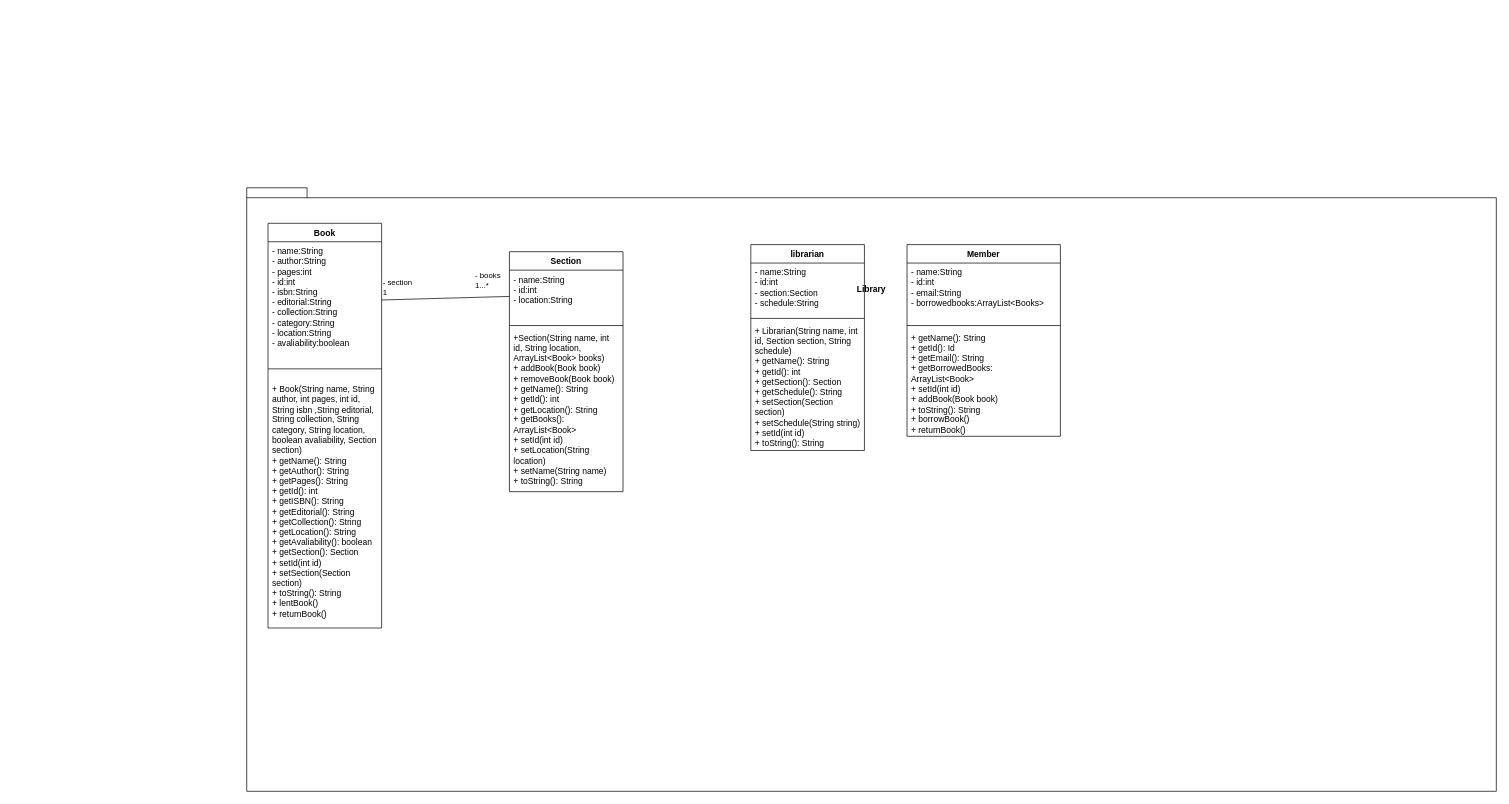
Before: Week5/Library.drawio in Julian-Florez/OOP-Project, a draw.io diagram. Source tidied: cells renumbered, new cells numbered last; positions are measured from the earlier drawing's top-left corner, leaving out a move shared by most shapes. Both pictures are drawn from the tidied source at 71%, with x=0, y=0 at pixel (246, 187).
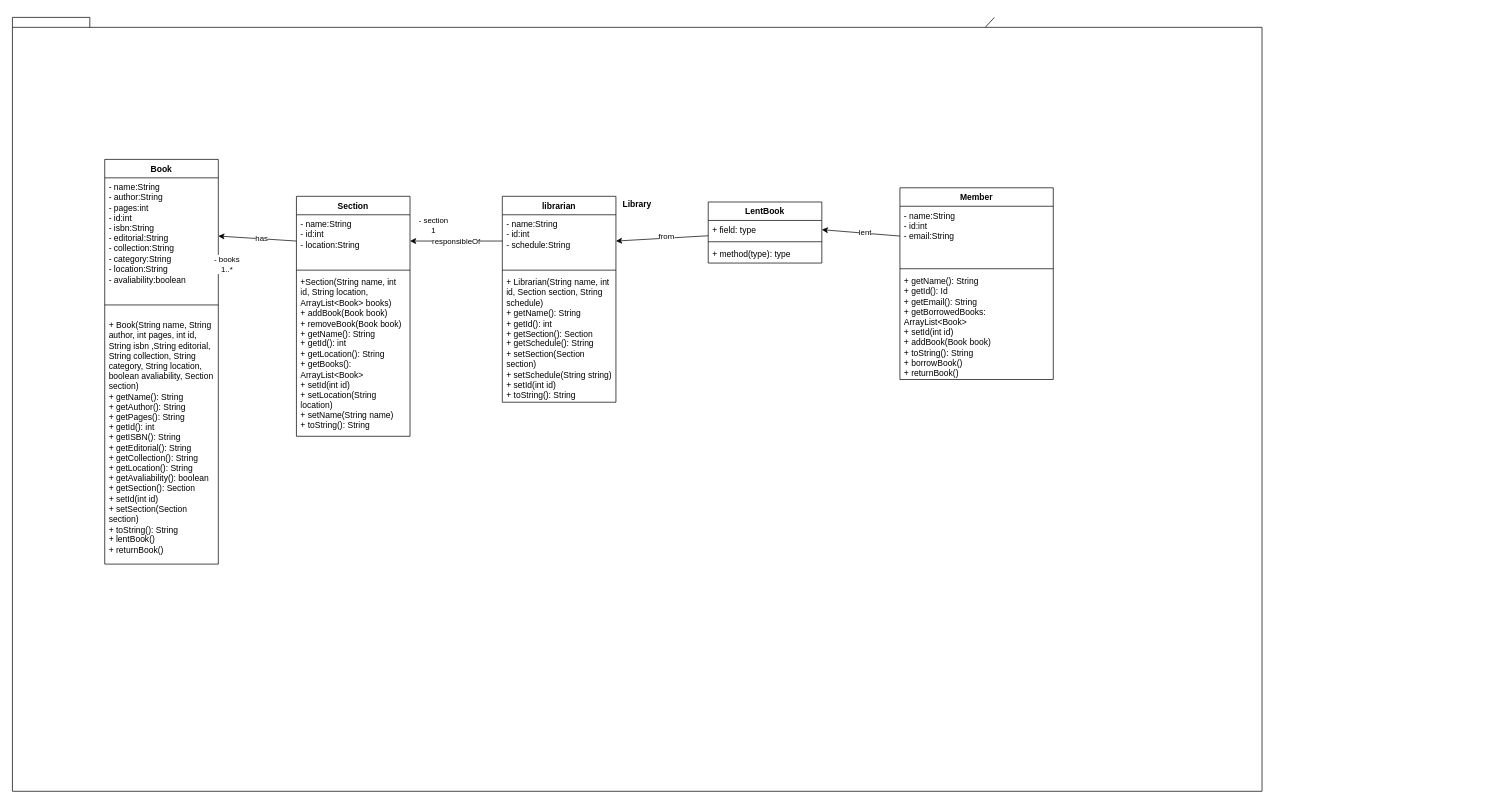
The same page after the edit.

The change refers to these unchanged cells:
```xml
<mxCell id="4" value="&lt;div&gt;- name:String&lt;/div&gt;&lt;div&gt;- author:String&lt;/div&gt;&lt;div&gt;- pages:int&lt;/div&gt;&lt;div&gt;- id:int&lt;/div&gt;&lt;div&gt;- isbn:String&lt;/div&gt;&lt;div&gt;- editorial:String&lt;/div&gt;&lt;div&gt;- collection:String&lt;/div&gt;&lt;div&gt;- category:String&lt;/div&gt;&lt;div&gt;- location:String&lt;/div&gt;&lt;div&gt;- avaliability:boolean&lt;/div&gt;" style="text;strokeColor=none;fillColor=none;align=left;verticalAlign=top;spacingLeft=4;spacingRight=4;overflow=hidden;points=[[0,0.5],[1,0.5]];portConstraint=eastwest;whiteSpace=wrap;html=1;" parent="3" vertex="1">
  <mxGeometry y="26" width="160" height="164" as="geometry" />
</mxCell>
<mxCell id="16" value="&lt;div&gt;- name:String&lt;/div&gt;&lt;div&gt;- id:int&lt;/div&gt;&lt;div&gt;- location:String&lt;/div&gt;&lt;div&gt;&lt;br&gt;&lt;/div&gt;" style="text;strokeColor=none;fillColor=none;align=left;verticalAlign=top;spacingLeft=4;spacingRight=4;overflow=hidden;points=[[0,0.5],[1,0.5]];portConstraint=eastwest;whiteSpace=wrap;html=1;" parent="15" vertex="1">
  <mxGeometry y="26" width="160" height="74" as="geometry" />
</mxCell>
```

Diff of the diagram source:
```diff
@@
+    <mxCell id="22" style="edgeStyle=none;html=1;" parent="1" edge="1" source="2">
+      <mxGeometry relative="1" as="geometry">
+        <mxPoint x="850" y="-20" as="targetPoint" />
+      </mxGeometry>
+    </mxCell>
     <mxCell id="2" value="&lt;div&gt;&lt;br&gt;&lt;/div&gt;&lt;div&gt;&lt;br&gt;&lt;/div&gt;&lt;div&gt;&lt;br&gt;&lt;/div&gt;Library&lt;div&gt;&lt;br&gt;&lt;/div&gt;&lt;div&gt;&lt;br&gt;&lt;/div&gt;&lt;div&gt;&lt;br&gt;&lt;/div&gt;&lt;div&gt;&lt;br&gt;&lt;/div&gt;&lt;div&gt;&lt;br&gt;&lt;/div&gt;&lt;div&gt;&lt;br&gt;&lt;/div&gt;&lt;div&gt;&lt;br&gt;&lt;/div&gt;&lt;div&gt;&lt;br&gt;&lt;/div&gt;&lt;div&gt;&lt;br&gt;&lt;/div&gt;&lt;div&gt;&lt;br&gt;&lt;/div&gt;&lt;div&gt;&lt;br&gt;&lt;/div&gt;&lt;div&gt;&lt;br&gt;&lt;/div&gt;&lt;div&gt;&lt;br&gt;&lt;/div&gt;&lt;div&gt;&lt;br&gt;&lt;/div&gt;&lt;div&gt;&lt;br&gt;&lt;/div&gt;&lt;div&gt;&lt;br&gt;&lt;/div&gt;&lt;div&gt;&lt;br&gt;&lt;/div&gt;&lt;div&gt;&lt;br&gt;&lt;/div&gt;&lt;div&gt;&lt;br&gt;&lt;/div&gt;&lt;div&gt;&lt;br&gt;&lt;/div&gt;&lt;div&gt;&lt;br&gt;&lt;/div&gt;&lt;div&gt;&lt;br&gt;&lt;/div&gt;&lt;div&gt;&lt;br&gt;&lt;/div&gt;&lt;div&gt;&lt;br&gt;&lt;/div&gt;&lt;div&gt;&lt;br&gt;&lt;/div&gt;&lt;div&gt;&lt;br&gt;&lt;/div&gt;&lt;div&gt;&lt;br&gt;&lt;/div&gt;&lt;div&gt;&lt;br&gt;&lt;/div&gt;&lt;div&gt;&lt;br&gt;&lt;/div&gt;&lt;div&gt;&lt;br&gt;&lt;/div&gt;&lt;div&gt;&lt;br&gt;&lt;/div&gt;&lt;div&gt;&lt;br&gt;&lt;/div&gt;&lt;div&gt;&lt;br&gt;&lt;/div&gt;&lt;div&gt;&lt;br&gt;&lt;/div&gt;&lt;div&gt;&lt;br&gt;&lt;/div&gt;&lt;div&gt;&lt;br&gt;&lt;/div&gt;&lt;div&gt;&lt;br&gt;&lt;/div&gt;&lt;div&gt;&lt;br&gt;&lt;/div&gt;&lt;div&gt;&lt;br&gt;&lt;/div&gt;&lt;div&gt;&lt;br&gt;&lt;/div&gt;&lt;div&gt;&lt;br&gt;&lt;/div&gt;&lt;div&gt;&lt;br&gt;&lt;/div&gt;&lt;div&gt;&lt;br&gt;&lt;/div&gt;" style="shape=folder;fontStyle=1;spacingTop=10;tabWidth=40;tabHeight=14;tabPosition=left;html=1;whiteSpace=wrap;" parent="1" vertex="1">
-      <mxGeometry width="1760" height="850" as="geometry" />
+      <mxGeometry x="-330" y="-240" width="1760" height="1090" as="geometry" />
     </mxCell>
     <mxCell id="3" value="Book" style="swimlane;fontStyle=1;align=center;verticalAlign=top;horizontal=1;startSize=26;whiteSpace=wrap;html=1;" parent="1" vertex="1">
-      <mxGeometry x="30" y="50" width="160" height="570" as="geometry" />
+      <mxGeometry x="-200" y="-40" width="160" height="570" as="geometry" />
     </mxCell>
@@
     <mxCell id="7" value="Member" style="swimlane;fontStyle=1;align=center;verticalAlign=top;horizontal=1;startSize=26;whiteSpace=wrap;html=1;" parent="1" vertex="1">
-      <mxGeometry x="930" y="80" width="216" height="270" as="geometry" />
+      <mxGeometry x="920" width="216" height="270" as="geometry" />
     </mxCell>
-    <mxCell id="8" value="&lt;div&gt;- name:String&lt;/div&gt;&lt;div&gt;- id:int&lt;/div&gt;&lt;div&gt;- email:String&lt;/div&gt;&lt;div&gt;- borrowedbooks:ArrayList&amp;lt;Books&amp;gt;&lt;/div&gt;" style="text;strokeColor=none;fillColor=none;align=left;verticalAlign=top;spacingLeft=4;spacingRight=4;overflow=hidden;points=[[0,0.5],[1,0.5]];portConstraint=eastwest;whiteSpace=wrap;html=1;" parent="7" vertex="1">
+    <mxCell id="8" value="&lt;div&gt;- name:String&lt;/div&gt;&lt;div&gt;- id:int&lt;/div&gt;&lt;div&gt;- email:String&lt;/div&gt;" style="text;strokeColor=none;fillColor=none;align=left;verticalAlign=top;spacingLeft=4;spacingRight=4;overflow=hidden;points=[[0,0.5],[1,0.5]];portConstraint=eastwest;whiteSpace=wrap;html=1;" parent="7" vertex="1">
       <mxGeometry y="26" width="216" height="84" as="geometry" />
     </mxCell>
@@
     <mxCell id="11" value="librarian" style="swimlane;fontStyle=1;align=center;verticalAlign=top;horizontal=1;startSize=26;whiteSpace=wrap;html=1;" parent="1" vertex="1">
-      <mxGeometry x="710" y="80" width="160" height="290" as="geometry" />
+      <mxGeometry x="360" y="12" width="160" height="290" as="geometry" />
     </mxCell>
-    <mxCell id="12" value="&lt;div&gt;- name:String&lt;/div&gt;&lt;div&gt;- id:int&lt;/div&gt;&lt;div&gt;- section:Section&lt;/div&gt;&lt;div&gt;- schedule:String&lt;/div&gt;" style="text;strokeColor=none;fillColor=none;align=left;verticalAlign=top;spacingLeft=4;spacingRight=4;overflow=hidden;points=[[0,0.5],[1,0.5]];portConstraint=eastwest;whiteSpace=wrap;html=1;" parent="11" vertex="1">
+    <mxCell id="12" value="&lt;div&gt;- name:String&lt;/div&gt;&lt;div&gt;- id:int&lt;/div&gt;&lt;div&gt;- schedule:String&lt;/div&gt;" style="text;strokeColor=none;fillColor=none;align=left;verticalAlign=top;spacingLeft=4;spacingRight=4;overflow=hidden;points=[[0,0.5],[1,0.5]];portConstraint=eastwest;whiteSpace=wrap;html=1;" parent="11" vertex="1">
       <mxGeometry y="26" width="160" height="74" as="geometry" />
     </mxCell>
@@
     <mxCell id="15" value="Section" style="swimlane;fontStyle=1;align=center;verticalAlign=top;horizontal=1;startSize=26;whiteSpace=wrap;html=1;" parent="1" vertex="1">
-      <mxGeometry x="370" y="90" width="160" height="338" as="geometry" />
+      <mxGeometry x="70" y="12" width="160" height="338" as="geometry" />
     </mxCell>
@@
-    <mxCell id="19" style="edgeStyle=none;html=1;exitX=1;exitY=0.5;exitDx=0;exitDy=0;entryX=0;entryY=0.5;entryDx=0;entryDy=0;endArrow=none;endFill=0;" parent="1" edge="1" source="4" target="16">
-      <mxGeometry relative="1" as="geometry" />
-    </mxCell>
-    <mxCell id="20" value="- books&lt;br&gt;1...*" style="edgeLabel;html=1;align=left;verticalAlign=middle;" parent="19" vertex="1">
-      <mxGeometry x="0.78" relative="1" as="geometry">
-        <mxPoint x="-30" y="-24" as="offset" />
-      </mxGeometry>
-    </mxCell>
+    <mxCell id="23" value="responsibleOf" style="edgeStyle=none;html=1;exitX=0;exitY=0.5;exitDx=0;exitDy=0;entryX=1;entryY=0.5;entryDx=0;entryDy=0;" parent="1" edge="1" source="12" target="16">
+      <mxGeometry relative="1" as="geometry" />
+    </mxCell>
-    <mxCell id="21" value="- section&lt;br&gt;1" style="edgeLabel;html=1;align=left;verticalAlign=middle;" parent="19" vertex="1">
-      <mxGeometry x="-0.88" y="2" relative="1" as="geometry">
-        <mxPoint x="-11" y="-16" as="offset" />
+    <mxCell id="21" value="- section&lt;br&gt;1" style="edgeLabel;html=1;align=center;verticalAlign=middle;" parent="23" vertex="1">
+      <mxGeometry x="0.58" y="-1" relative="1" as="geometry">
+        <mxPoint x="5" y="-22" as="offset" />
       </mxGeometry>
     </mxCell>
+    <mxCell id="24" style="edgeStyle=none;html=1;exitX=0;exitY=0.5;exitDx=0;exitDy=0;entryX=1;entryY=0.5;entryDx=0;entryDy=0;endArrow=classic;endFill=1;" parent="1" edge="1" source="16" target="4">
+      <mxGeometry relative="1" as="geometry" />
+    </mxCell>
+    <mxCell id="25" value="- books&lt;br&gt;1..*" style="edgeLabel;html=1;align=center;verticalAlign=middle;" parent="24" vertex="1">
+      <mxGeometry x="0.77" y="-3" relative="1" as="geometry">
+        <mxPoint x="-1" y="42" as="offset" />
+      </mxGeometry>
+    </mxCell>
+    <mxCell id="26" value="has" style="edgeLabel;html=1;align=center;verticalAlign=middle;" parent="24" vertex="1">
+      <mxGeometry x="-0.09" y="-1" relative="1" as="geometry" />
+    </mxCell>
+    <mxCell id="27" style="edgeStyle=none;html=1;exitX=0;exitY=0.5;exitDx=0;exitDy=0;entryX=1;entryY=0.5;entryDx=0;entryDy=0;endArrow=classic;endFill=1;" parent="1" edge="1" source="8" target="32">
+      <mxGeometry relative="1" as="geometry" />
+    </mxCell>
+    <mxCell id="28" value="lent" style="edgeLabel;html=1;align=center;verticalAlign=middle;" parent="27" vertex="1">
+      <mxGeometry x="-0.25" y="-1" relative="1" as="geometry">
+        <mxPoint x="-9" y="-1" as="offset" />
+      </mxGeometry>
+    </mxCell>
+    <mxCell id="29" style="edgeStyle=none;html=1;entryX=1;entryY=0.5;entryDx=0;entryDy=0;endArrow=classic;endFill=1;" parent="1" edge="1" source="31" target="12">
+      <mxGeometry relative="1" as="geometry" />
+    </mxCell>
+    <mxCell id="30" value="from" style="edgeLabel;html=1;align=center;verticalAlign=middle;" parent="29" vertex="1">
+      <mxGeometry x="-0.31" y="1" relative="1" as="geometry">
+        <mxPoint x="-15" y="-3" as="offset" />
+      </mxGeometry>
+    </mxCell>
+    <mxCell id="31" value="LentBook" style="swimlane;fontStyle=1;align=center;verticalAlign=top;horizontal=1;startSize=26;" parent="1" vertex="1">
+      <mxGeometry x="650" y="20" width="160" height="86" as="geometry" />
+    </mxCell>
+    <mxCell id="32" value="+ field: type" style="text;strokeColor=none;fillColor=none;align=left;verticalAlign=top;spacingLeft=4;spacingRight=4;overflow=hidden;points=[[0,0.5],[1,0.5]];portConstraint=eastwest;" parent="31" vertex="1">
+      <mxGeometry y="26" width="160" height="26" as="geometry" />
+    </mxCell>
+    <mxCell id="33" style="line;strokeWidth=1;fillColor=none;align=left;verticalAlign=middle;spacingTop=-1;spacingLeft=3;spacingRight=3;labelPosition=right;strokeColor=inherit;" parent="31" vertex="1">
+      <mxGeometry y="52" width="160" height="8" as="geometry" />
+    </mxCell>
+    <mxCell id="34" value="+ method(type): type" style="text;strokeColor=none;fillColor=none;align=left;verticalAlign=top;spacingLeft=4;spacingRight=4;overflow=hidden;" parent="31" vertex="1">
+      <mxGeometry y="60" width="160" height="26" as="geometry" />
+    </mxCell>
```
